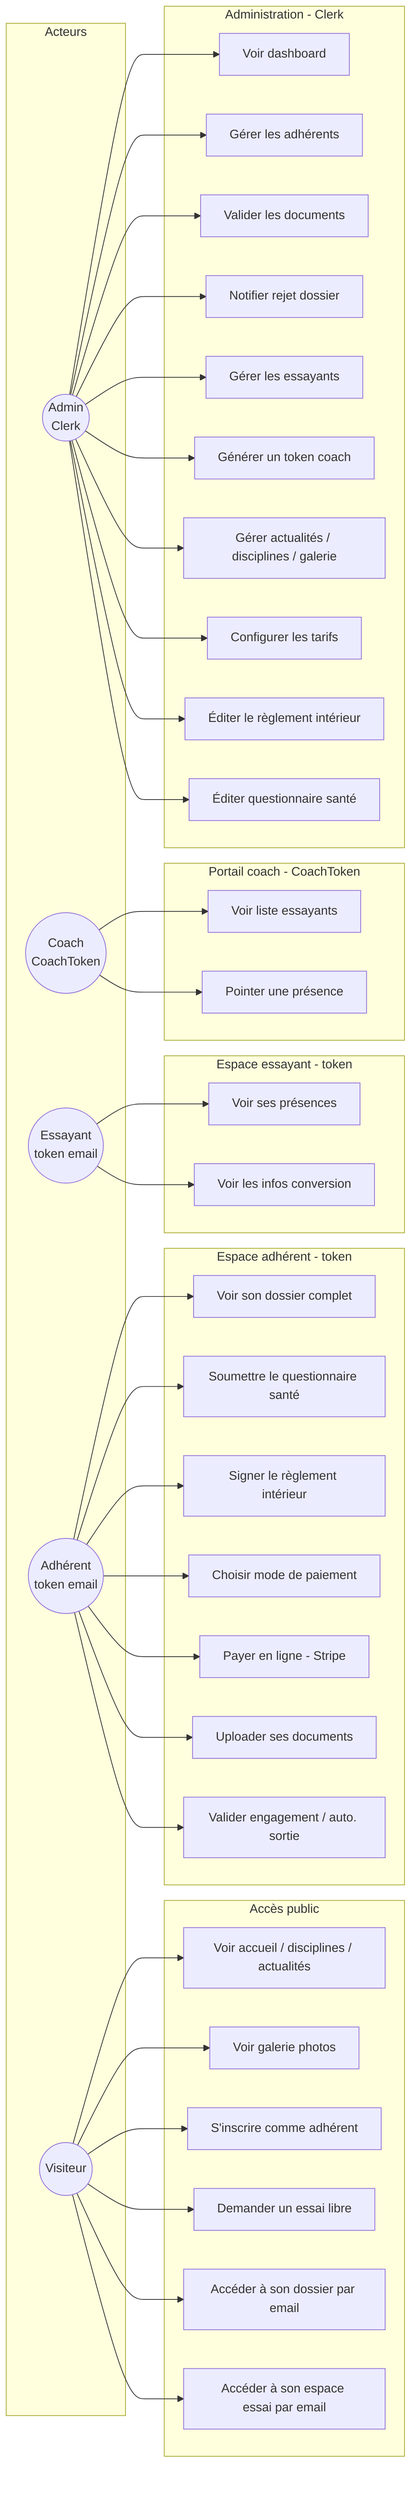
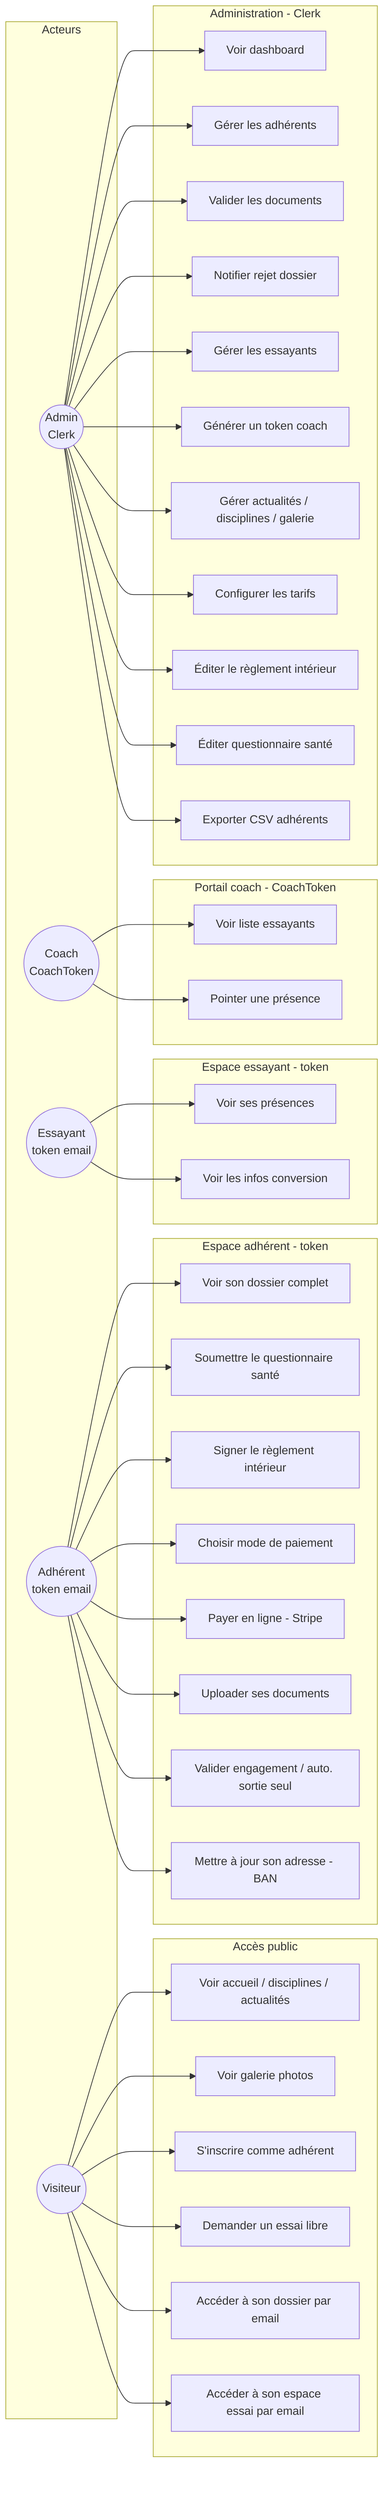
graph LR
  subgraph Acteurs
    VISITOR((Visiteur))
    ADHERENT((Adhérent<br/>token email))
    ESSAYANT((Essayant<br/>token email))
    COACH((Coach<br/>CoachToken))
    ADMIN((Admin<br/>Clerk))
  end

  subgraph Public["Accès public"]
    UC1[Voir accueil / disciplines / actualités]
    UC2[Voir galerie photos]
    UC3[S'inscrire comme adhérent]
    UC4[Demander un essai libre]
    UC5[Accéder à son dossier par email]
    UC6[Accéder à son espace essai par email]
  end

  subgraph DossierAdherent["Espace adhérent - token"]
    UC7[Voir son dossier complet]
    UC8[Soumettre le questionnaire santé]
    UC9[Signer le règlement intérieur]
    UC10[Choisir mode de paiement]
    UC11[Payer en ligne - Stripe]
    UC12[Uploader ses documents]
-     UC13[Valider engagement / auto. sortie]
+     UC13[Valider engagement / auto. sortie seul]
+     UC28[Mettre à jour son adresse - BAN]
  end

  subgraph EspaceEssai["Espace essayant - token"]
    UC14[Voir ses présences]
    UC15[Voir les infos conversion]
  end

  subgraph EspaceCoach["Portail coach - CoachToken"]
    UC16[Voir liste essayants]
    UC17[Pointer une présence]
  end

  subgraph Admin["Administration - Clerk"]
    UC18[Voir dashboard]
    UC19[Gérer les adhérents]
    UC20[Valider les documents]
    UC21[Notifier rejet dossier]
    UC22[Gérer les essayants]
    UC23[Générer un token coach]
    UC24[Gérer actualités / disciplines / galerie]
    UC25[Configurer les tarifs]
    UC26[Éditer le règlement intérieur]
    UC27[Éditer questionnaire santé]
+     UC29[Exporter CSV adhérents]
  end

  VISITOR --> UC1
  VISITOR --> UC2
  VISITOR --> UC3
  VISITOR --> UC4
  VISITOR --> UC5
  VISITOR --> UC6

  ADHERENT --> UC7
  ADHERENT --> UC8
  ADHERENT --> UC9
  ADHERENT --> UC10
  ADHERENT --> UC11
  ADHERENT --> UC12
  ADHERENT --> UC13
+   ADHERENT --> UC28

  ESSAYANT --> UC14
  ESSAYANT --> UC15

  COACH --> UC16
  COACH --> UC17

  ADMIN --> UC18
  ADMIN --> UC19
  ADMIN --> UC20
  ADMIN --> UC21
  ADMIN --> UC22
  ADMIN --> UC23
  ADMIN --> UC24
  ADMIN --> UC25
  ADMIN --> UC26
  ADMIN --> UC27
+   ADMIN --> UC29
